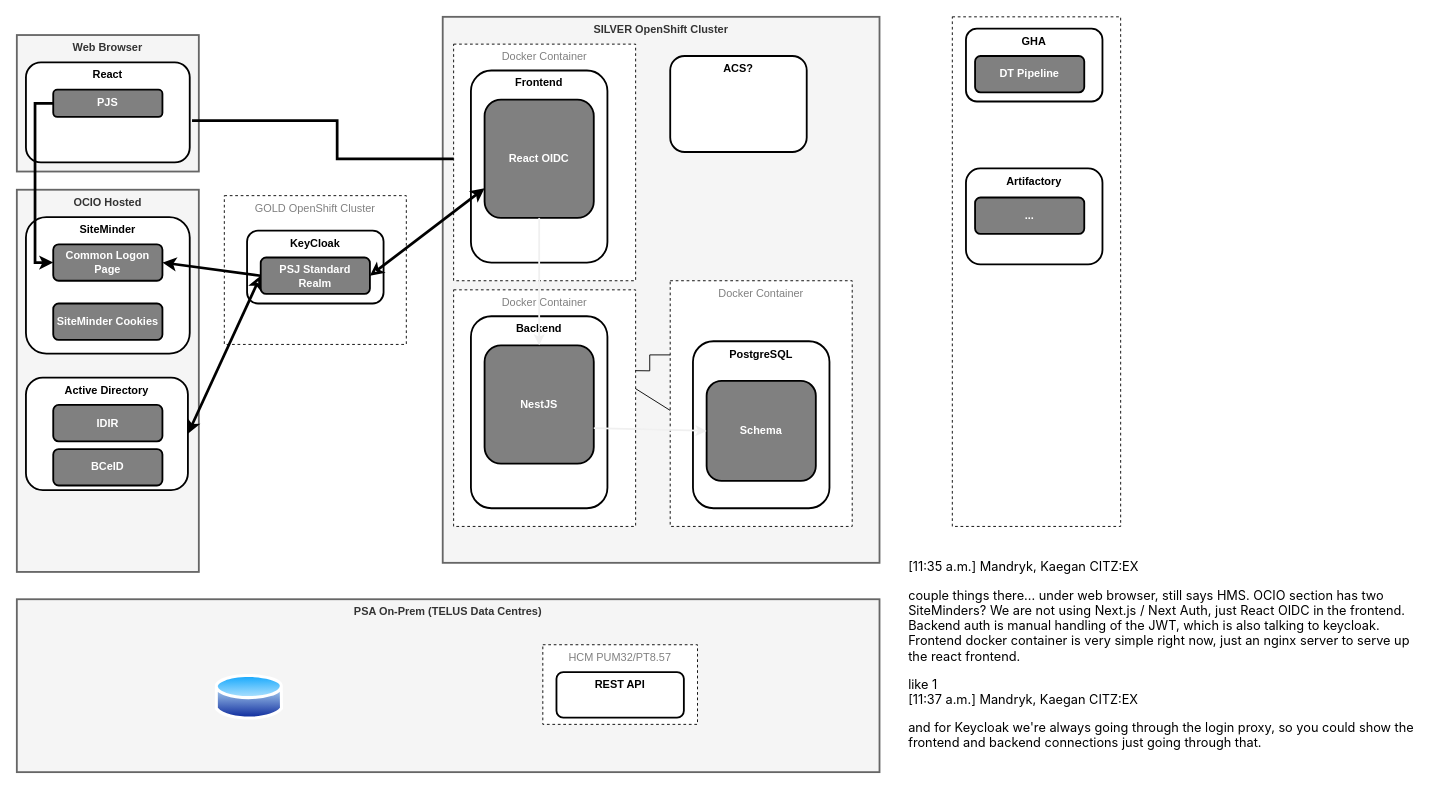
The draw.io diagram page "Current State (2023)" (1 of 3) of docs/architecture/architecture.drawio in bcgov/psa-job-store, before the edit. Source tidied: cells renumbered, new cells numbered last; positions are measured from the earlier drawing's top-left corner, leaving out a move shared by most shapes. Both pictures are drawn from the tidied source at 91%, with x=0, y=0 at pixel (16, 16).
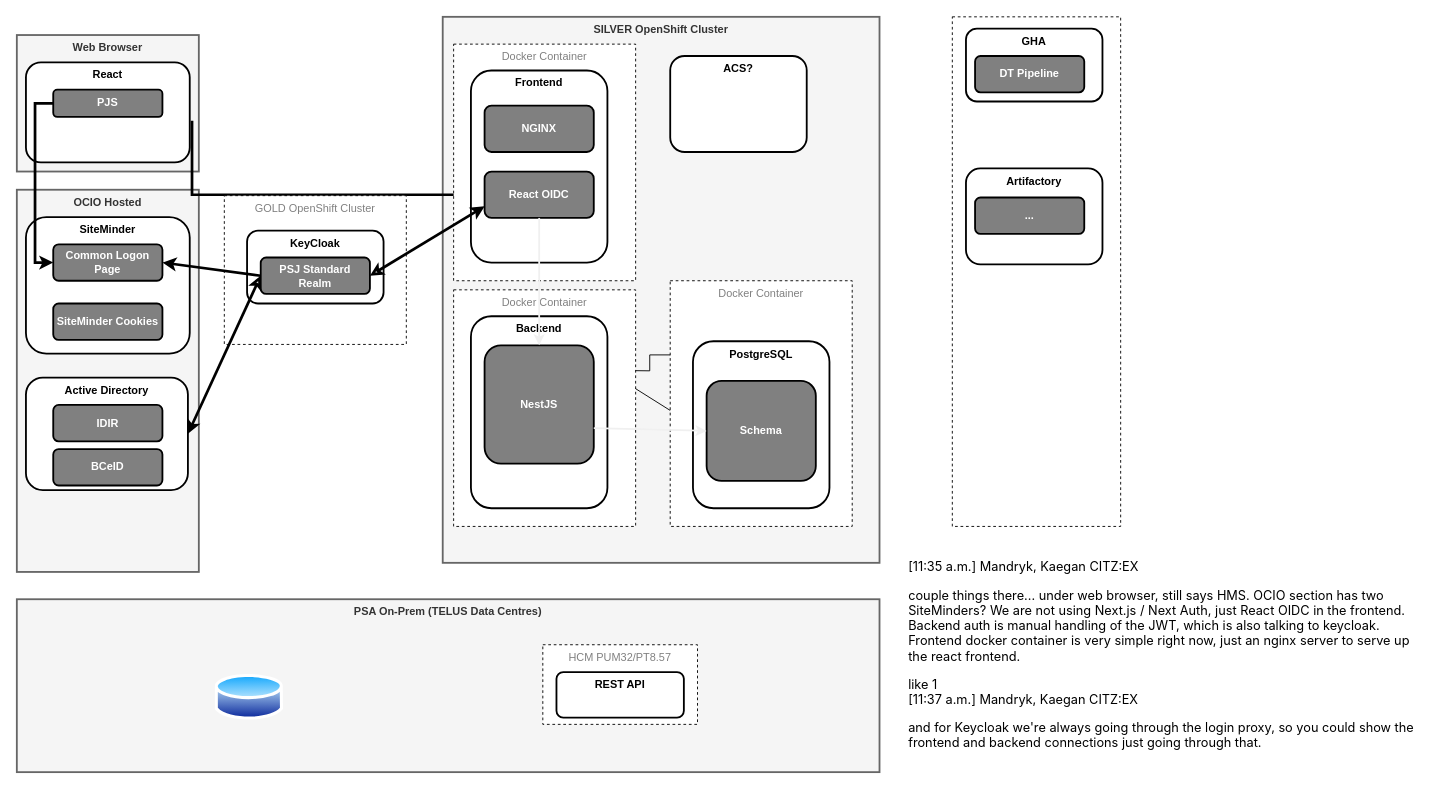
The same diagram, later.

Change to the diagram source:
```diff
@@
     <mxCell id="25" value="React OIDC" style="rounded=1;whiteSpace=wrap;html=1;strokeWidth=2;fillColor=#808080;fontColor=#FFFFFF;fontStyle=1;" parent="1" vertex="1">
-      <mxGeometry x="514" y="91" width="120" height="130" as="geometry" />
+      <mxGeometry x="514" y="170" width="120" height="51" as="geometry" />
     </mxCell>
@@
+    <mxCell id="46" value="NGINX" style="rounded=1;whiteSpace=wrap;html=1;strokeWidth=2;fillColor=#808080;fontColor=#FFFFFF;fontStyle=1;" parent="1" vertex="1">
+      <mxGeometry x="514" y="97.5" width="120" height="51" as="geometry" />
+    </mxCell>
```
